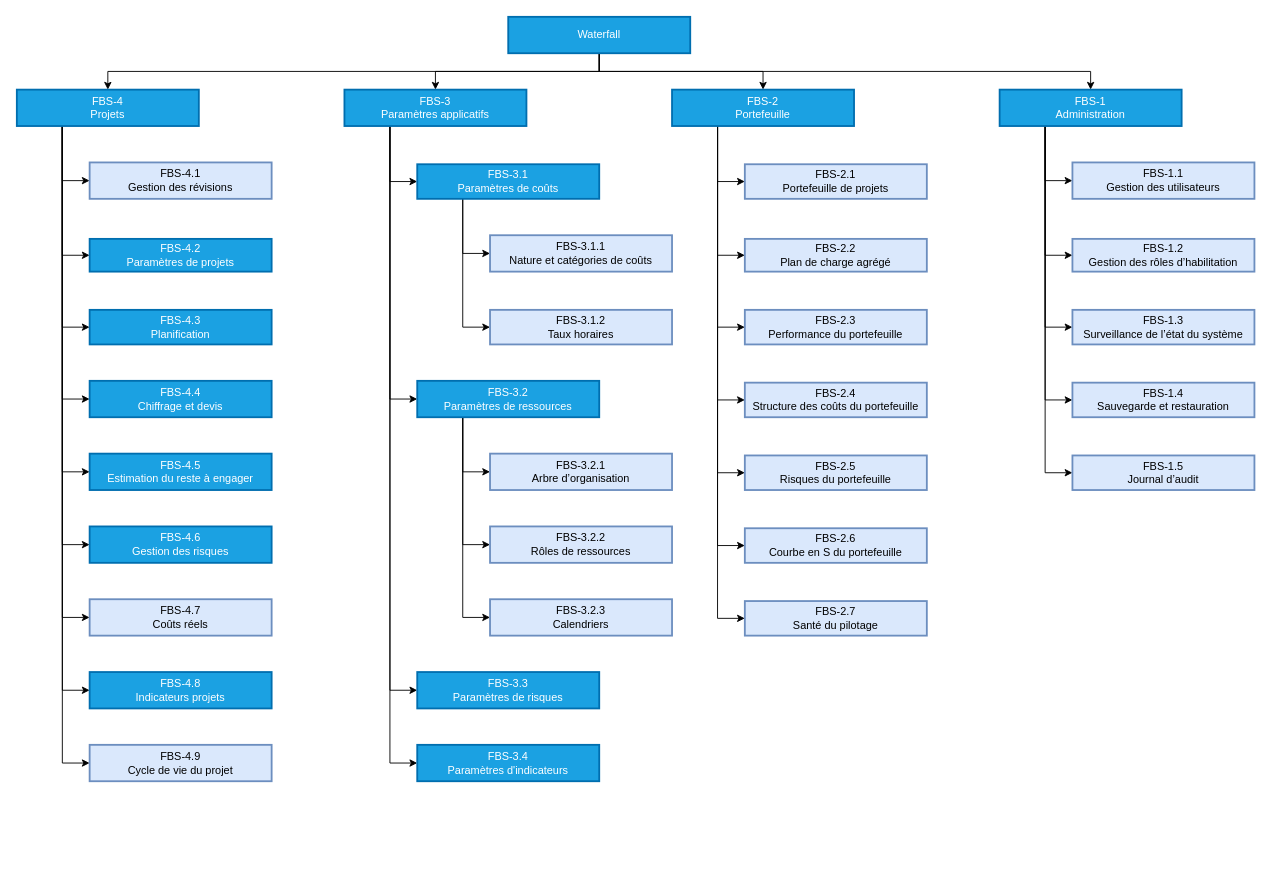
Earlier version of the draw.io diagram page "FBS" (2 of 11) of docs/spec/waterfall.visuels.drawio (waterfall-project/wf-project). Source tidied: cells renumbered, new cells numbered last; positions are measured from the earlier drawing's top-left corner, leaving out a move shared by most shapes. Both pictures are drawn from the tidied source at 91%, with x=0, y=0 at pixel (16, 16).
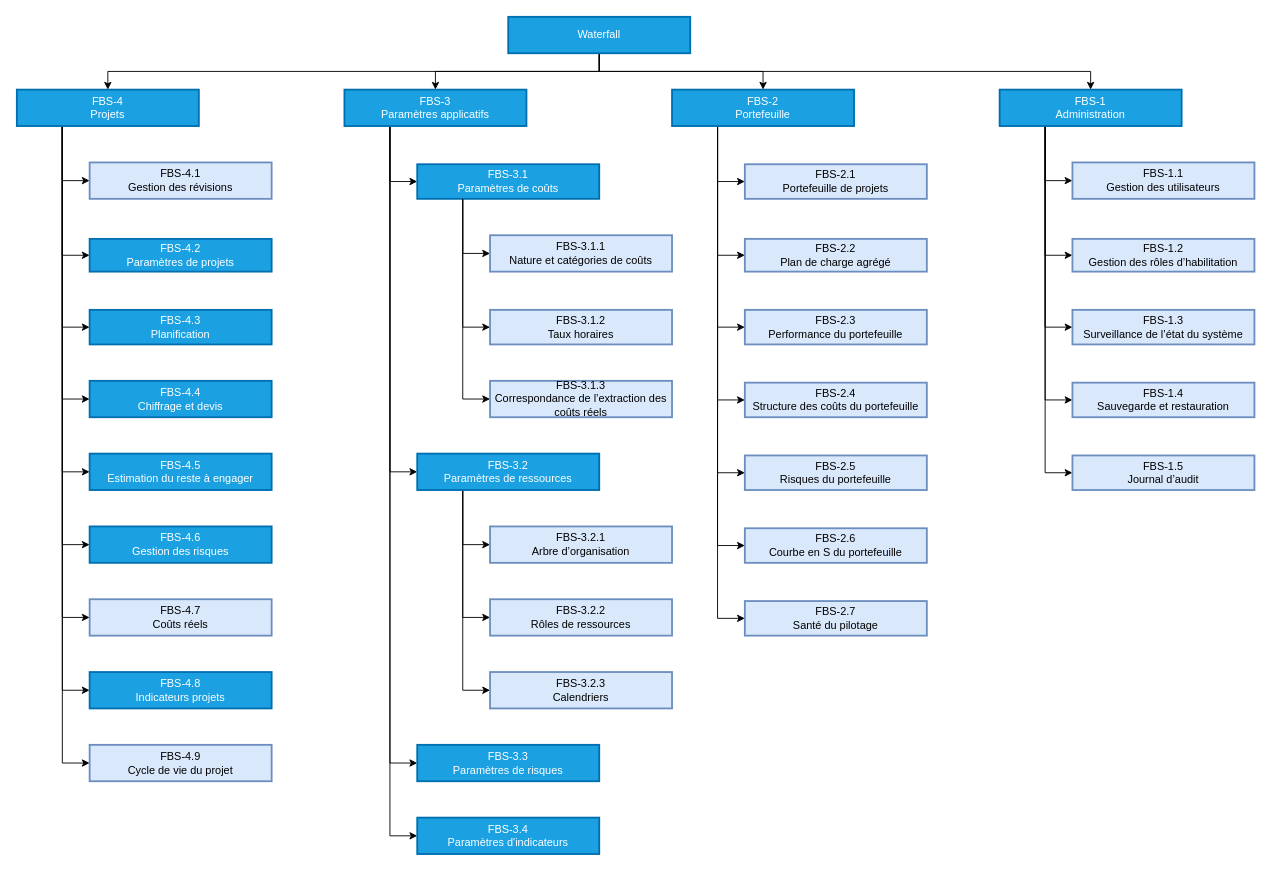
After the change.

Commit message (it also covers changes not shown here):
Spécification : la feuille FBS-3.1.3 pour la correspondance de l'extraction des coûts réels (#1311)

The change refers to these unchanged cells:
```xml
<mxCell id="34" value="FBS-3.1&#10;Paramètres de coûts" style="whiteSpace=wrap;strokeWidth=2;fillColor=#1ba1e2;fontColor=#ffffff;strokeColor=#006EAF;" parent="1" vertex="1">
  <mxGeometry x="440" y="162" width="200" height="38" as="geometry" />
</mxCell>
```

Diff of the diagram source:
```diff
@@
+    <mxCell id="71" value="FBS-3.1.3&#10;Correspondance de l’extraction des coûts réels" style="whiteSpace=wrap;strokeWidth=2;fillColor=#dae8fc;strokeColor=#6c8ebf;" parent="1" vertex="1">
+      <mxGeometry x="520" y="400" width="200" height="40" as="geometry" />
+    </mxCell>
+    <mxCell id="72" style="edgeStyle=orthogonalEdgeStyle;rounded=0;jettySize=auto;html=1;exitX=0.25;exitY=1;exitDx=0;exitDy=0;entryX=0;entryY=0.5;entryDx=0;entryDy=0;" parent="1" edge="1" source="34" target="71">
+      <mxGeometry relative="1" as="geometry" />
+    </mxCell>
@@
     <mxCell id="40" value="FBS-3.2&#10;Paramètres de ressources" style="whiteSpace=wrap;strokeWidth=2;fillColor=#1ba1e2;fontColor=#ffffff;strokeColor=#006EAF;" parent="1" vertex="1">
-      <mxGeometry x="440" y="400" width="200" height="40" as="geometry" />
+      <mxGeometry x="440" y="480" width="200" height="40" as="geometry" />
     </mxCell>
     <mxCell id="41" value="FBS-3.2.1&#10;Arbre d’organisation" style="whiteSpace=wrap;strokeWidth=2;fillColor=#dae8fc;strokeColor=#6c8ebf;" parent="1" vertex="1">
-      <mxGeometry x="520" y="480" width="200" height="40" as="geometry" />
+      <mxGeometry x="520" y="560" width="200" height="40" as="geometry" />
     </mxCell>
     <mxCell id="42" value="FBS-3.2.2&#10;Rôles de ressources" style="whiteSpace=wrap;strokeWidth=2;fillColor=#dae8fc;strokeColor=#6c8ebf;" parent="1" vertex="1">
-      <mxGeometry x="520" y="560" width="200" height="40" as="geometry" />
+      <mxGeometry x="520" y="640" width="200" height="40" as="geometry" />
     </mxCell>
     <mxCell id="43" value="FBS-3.2.3&#10;Calendriers" style="whiteSpace=wrap;strokeWidth=2;fillColor=#dae8fc;strokeColor=#6c8ebf;" parent="1" vertex="1">
-      <mxGeometry x="520" y="640" width="200" height="40" as="geometry" />
+      <mxGeometry x="520" y="720" width="200" height="40" as="geometry" />
     </mxCell>
@@
     <mxCell id="63" value="FBS-3.3&#10;Paramètres de risques" style="whiteSpace=wrap;strokeWidth=2;fillColor=#1ba1e2;fontColor=#ffffff;strokeColor=#006EAF;" parent="1" vertex="1">
-      <mxGeometry x="440" y="720" width="200" height="40" as="geometry" />
+      <mxGeometry x="440" y="800" width="200" height="40" as="geometry" />
     </mxCell>
     <mxCell id="64" value="FBS-3.4&#10;Paramètres d'indicateurs" style="whiteSpace=wrap;strokeWidth=2;fillColor=#1ba1e2;fontColor=#ffffff;strokeColor=#006EAF;" parent="1" vertex="1">
-      <mxGeometry x="440" y="800" width="200" height="40" as="geometry" />
+      <mxGeometry x="440" y="880" width="200" height="40" as="geometry" />
     </mxCell>
```
